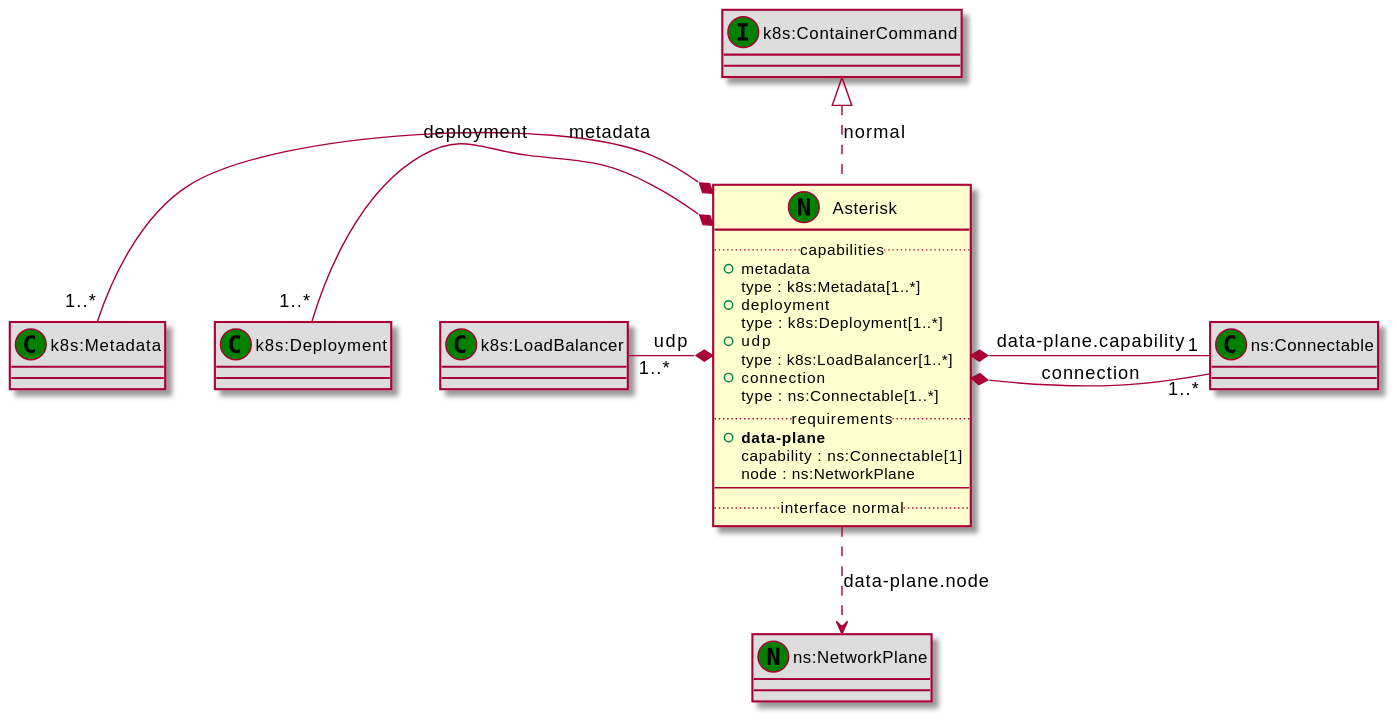
Orange-OpenSource/Cloudnet-TOSCA-toolbox keeps this PlantUML diagram as examples/tosca-community-contributions/diagrams/uml2/examples-1.3-turandot-telephony-network-service-asterisk-cnf-asterisk-cnf-uml2-class-diagram.svg. Above is the earlier version. Its diagram source:
```plantuml
@startuml
set namespaceSeparator none
class "Asterisk" as Asterisk_NT << (N,green) >> {
.. capabilities ..
+metadata
 type : k8s:Metadata[1..*]
+deployment
 type : k8s:Deployment[1..*]
+udp
 type : k8s:LoadBalancer[1..*]
+connection
 type : ns:Connectable[1..*]
.. requirements ..
+<b>data-plane
 capability : ns:Connectable[1]
 node : ns:NetworkPlane
--
.. interface normal ..
}
class "k8s:Metadata" as k8s_Metadata_CT << (C,green) >> #DDDDDD
class "k8s:Deployment" as k8s_Deployment_CT << (C,green) >> #DDDDDD
class "k8s:LoadBalancer" as k8s_LoadBalancer_CT << (C,green) >> #DDDDDD
class "ns:Connectable" as ns_Connectable_CT << (C,green) >> #DDDDDD
class "ns:Connectable" as ns_Connectable_CT << (C,green) >> #DDDDDD
class "ns:NetworkPlane" as ns_NetworkPlane_NT << (N,green) >> #DDDDDD
class "k8s:ContainerCommand" as k8s_ContainerCommand_IT << (I,green) >> #DDDDDD
k8s_Metadata_CT "1..*" -* Asterisk_NT : metadata
k8s_Deployment_CT "1..*" -* Asterisk_NT : deployment
k8s_LoadBalancer_CT "1..*" -* Asterisk_NT : udp
ns_Connectable_CT "1..*" -* Asterisk_NT : connection
Asterisk_NT *- "1" ns_Connectable_CT : data-plane.capability
Asterisk_NT ..> ns_NetworkPlane_NT : data-plane.node
k8s_ContainerCommand_IT <|.. Asterisk_NT : normal
@enduml
```
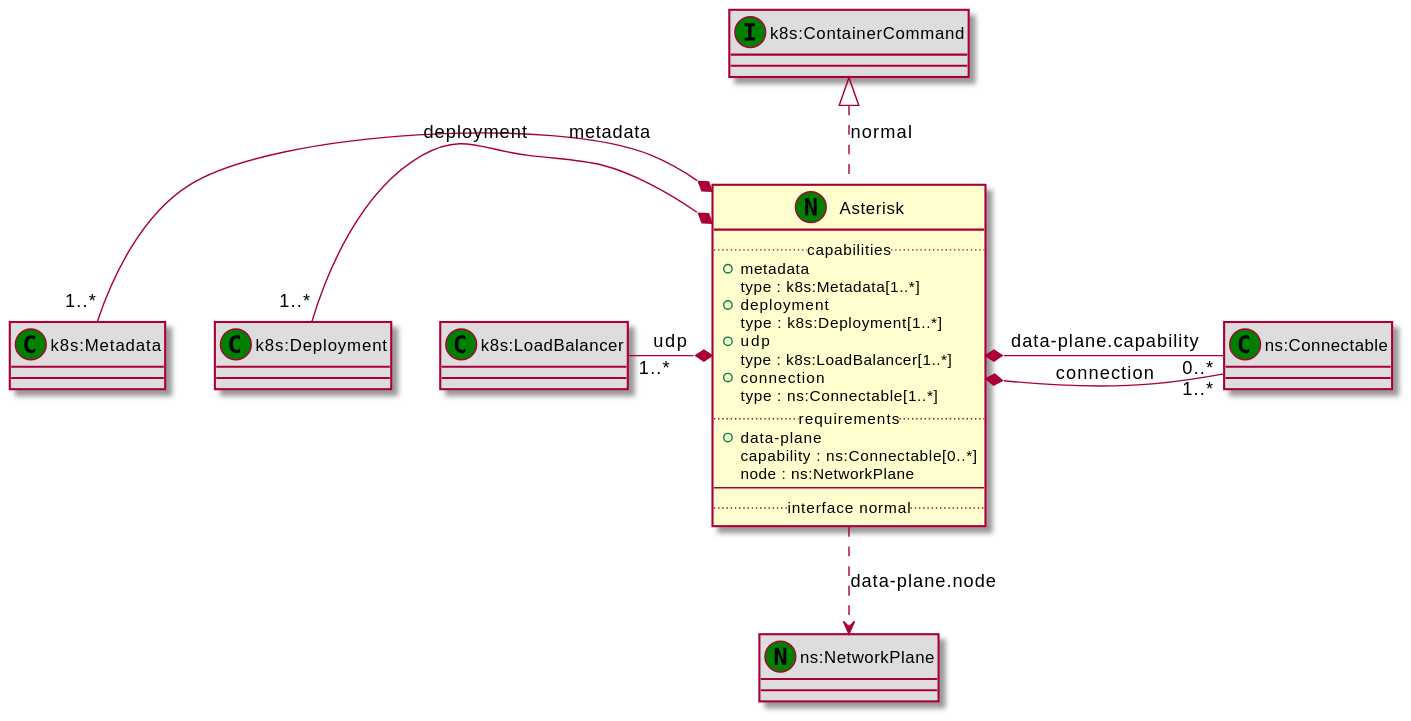
Later version of the same file.

What changed in the source:
```diff
@@ -11,8 +11,8 @@
 +connection
  type : ns:Connectable[1..*]
 .. requirements ..
-+<b>data-plane
- capability : ns:Connectable[1]
++data-plane
+ capability : ns:Connectable[0..*]
  node : ns:NetworkPlane
 --
 .. interface normal ..
@@ -28,7 +28,7 @@
 k8s_Deployment_CT "1..*" -* Asterisk_NT : deployment
 k8s_LoadBalancer_CT "1..*" -* Asterisk_NT : udp
 ns_Connectable_CT "1..*" -* Asterisk_NT : connection
-Asterisk_NT *- "1" ns_Connectable_CT : data-plane.capability
+Asterisk_NT *- "0..*" ns_Connectable_CT : data-plane.capability
 Asterisk_NT ..> ns_NetworkPlane_NT : data-plane.node
 k8s_ContainerCommand_IT <|.. Asterisk_NT : normal
 @enduml
```
